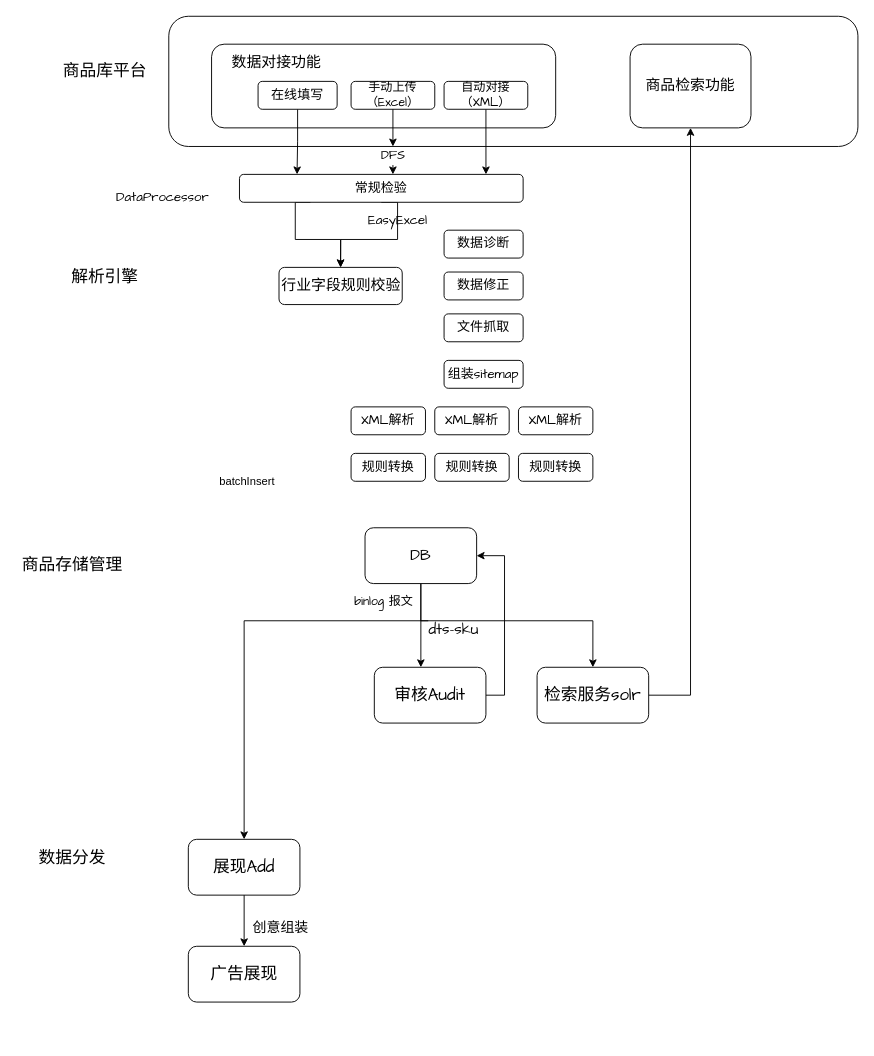
Earlier version of the draw.io diagram page "商品库流程" (5 of 5) of draw.io/dpa.drawio (Jstarfish/picBed). Source tidied: cells renumbered, new cells numbered last; positions are measured from the earlier drawing's top-left corner, leaving out a move shared by most shapes. Both pictures are drawn from the tidied source at 93%, with x=0, y=0 at pixel (16, 16).
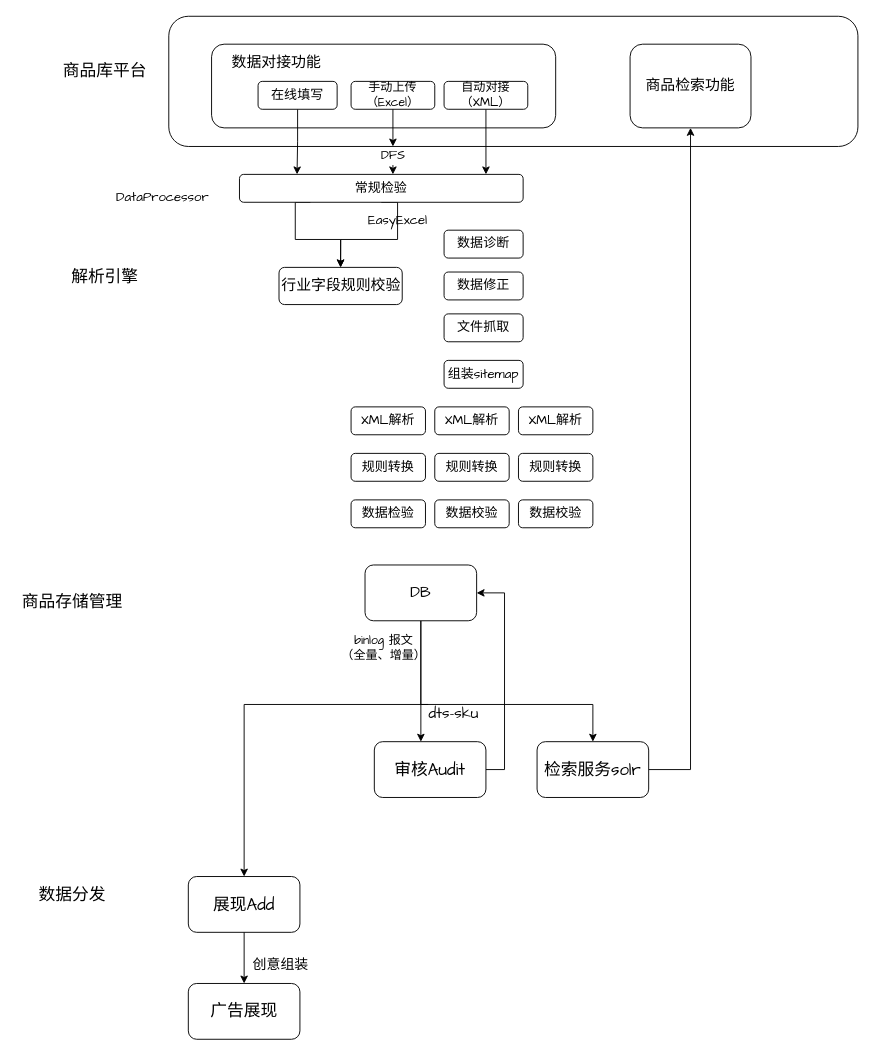
Above is the later version.

Unchanged cells that the change refers to:
```xml
<mxCell id="22" value="&lt;font face=&quot;Comic Sans MS&quot; style=&quot;font-size: 16px&quot;&gt;商品检索功能&lt;/font&gt;" style="rounded=1;whiteSpace=wrap;html=1;" parent="1" vertex="1">
  <mxGeometry x="660" y="30" width="130" height="90" as="geometry" />
</mxCell>
```

What changed in the source:
```diff
@@
     <mxCell id="7" value="&lt;font face=&quot;Comic Sans MS&quot; style=&quot;font-size: 18px&quot;&gt;商品存储管理&lt;/font&gt;" style="text;html=1;align=center;verticalAlign=middle;" parent="1" vertex="1">
-      <mxGeometry y="580" width="120" height="20" as="geometry" />
+      <mxGeometry y="620" width="120" height="20" as="geometry" />
     </mxCell>
@@
     <mxCell id="10" style="edgeStyle=orthogonalEdgeStyle;rounded=0;jettySize=auto;html=1;entryX=0.5;entryY=0;entryDx=0;entryDy=0;exitX=0.114;exitY=0;exitDx=0;exitDy=0;exitPerimeter=0;" parent="1" edge="1" source="42" target="14">
       <mxGeometry relative="1" as="geometry">
         <Array as="points">
-          <mxPoint x="245" y="650" />
+          <mxPoint x="245" y="740" />
         </Array>
       </mxGeometry>
     </mxCell>
     <mxCell id="11" style="edgeStyle=orthogonalEdgeStyle;rounded=0;jettySize=auto;html=1;" parent="1" edge="1" source="12" target="19">
       <mxGeometry relative="1" as="geometry">
         <Array as="points">
-          <mxPoint x="435" y="650" />
+          <mxPoint x="435" y="740" />
+          <mxPoint x="620" y="740" />
         </Array>
       </mxGeometry>
     </mxCell>
     <mxCell id="12" value="&lt;font face=&quot;Comic Sans MS&quot;&gt;&lt;span style=&quot;font-size: 16px&quot;&gt;DB&lt;/span&gt;&lt;/font&gt;" style="rounded=1;whiteSpace=wrap;html=1;" parent="1" vertex="1">
-      <mxGeometry x="375" y="550" width="120" height="60" as="geometry" />
+      <mxGeometry x="375" y="590" width="120" height="60" as="geometry" />
     </mxCell>
     <mxCell id="13" value="&lt;font face=&quot;Comic Sans MS&quot; style=&quot;font-size: 18px&quot;&gt;数据分发&lt;/font&gt;" style="text;html=1;align=center;verticalAlign=middle;" parent="1" vertex="1">
-      <mxGeometry x="15" y="895" width="90" height="20" as="geometry" />
+      <mxGeometry x="15" y="935" width="90" height="20" as="geometry" />
     </mxCell>
     <mxCell id="14" value="&lt;span style=&quot;font-family: &amp;#34;comic sans ms&amp;#34; ; font-size: 18px&quot;&gt;展现Add&lt;/span&gt;" style="rounded=1;whiteSpace=wrap;html=1;" parent="1" vertex="1">
-      <mxGeometry x="185" y="885" width="120" height="60" as="geometry" />
+      <mxGeometry x="185" y="925" width="120" height="60" as="geometry" />
     </mxCell>
@@
     <mxCell id="16" value="&lt;font face=&quot;Comic Sans MS&quot;&gt;&lt;span style=&quot;font-size: 18px&quot;&gt;审核Audit&lt;/span&gt;&lt;/font&gt;" style="rounded=1;whiteSpace=wrap;html=1;" parent="1" vertex="1">
-      <mxGeometry x="385" y="700" width="120" height="60" as="geometry" />
+      <mxGeometry x="385" y="780" width="120" height="60" as="geometry" />
     </mxCell>
@@
     <mxCell id="18" style="edgeStyle=orthogonalEdgeStyle;rounded=0;jettySize=auto;html=1;exitX=1;exitY=0.5;exitDx=0;exitDy=0;entryX=0.5;entryY=1;entryDx=0;entryDy=0;" parent="1" edge="1" source="19" target="22">
       <mxGeometry relative="1" as="geometry">
         <Array as="points">
-          <mxPoint x="725" y="730" />
+          <mxPoint x="725" y="810" />
         </Array>
       </mxGeometry>
     </mxCell>
     <mxCell id="19" value="&lt;span style=&quot;font-family: &amp;#34;comic sans ms&amp;#34; ; font-size: 18px&quot;&gt;检索服务solr&lt;/span&gt;" style="rounded=1;whiteSpace=wrap;html=1;" parent="1" vertex="1">
-      <mxGeometry x="560" y="700" width="120" height="60" as="geometry" />
+      <mxGeometry x="560" y="780" width="120" height="60" as="geometry" />
     </mxCell>
     <mxCell id="20" value="&lt;font face=&quot;Comic Sans MS&quot; style=&quot;font-size: 18px&quot;&gt;广告展现&lt;/font&gt;" style="rounded=1;whiteSpace=wrap;html=1;" parent="1" vertex="1">
-      <mxGeometry x="185" y="1000" width="120" height="60" as="geometry" />
+      <mxGeometry x="185" y="1040" width="120" height="60" as="geometry" />
     </mxCell>
     <mxCell id="21" value="&lt;font style=&quot;font-size: 15px&quot; face=&quot;Comic Sans MS&quot;&gt;创意组装&lt;/font&gt;" style="text;html=1;align=center;verticalAlign=middle;" parent="1" vertex="1">
-      <mxGeometry x="244" y="970" width="80" height="20" as="geometry" />
+      <mxGeometry x="244" y="1010" width="80" height="20" as="geometry" />
     </mxCell>
@@
-    <mxCell id="30" value="batchInsert" style="text;html=1;align=center;verticalAlign=middle;" parent="1" vertex="1">
-      <mxGeometry x="212.5" y="490" width="70" height="20" as="geometry" />
-    </mxCell>
@@
     <mxCell id="42" value="&lt;font face=&quot;Comic Sans MS&quot; style=&quot;font-size: 16px&quot;&gt;dts-sku&lt;/font&gt;" style="text;html=1;align=center;verticalAlign=middle;points=[];" parent="1" vertex="1">
-      <mxGeometry x="435" y="650" width="70" height="20" as="geometry" />
+      <mxGeometry x="435" y="740" width="70" height="20" as="geometry" />
     </mxCell>
-    <mxCell id="43" value="&lt;font face=&quot;Comic Sans MS&quot; style=&quot;font-size: 13px&quot;&gt;binlog 报文&lt;/font&gt;" style="text;html=1;align=center;verticalAlign=middle;" parent="1" vertex="1">
-      <mxGeometry x="355" y="620" width="80" height="20" as="geometry" />
+    <mxCell id="43" value="&lt;font face=&quot;Comic Sans MS&quot; style=&quot;font-size: 13px&quot;&gt;binlog 报文&lt;br&gt;（全量、增量）&lt;br&gt;&lt;/font&gt;" style="text;html=1;align=center;verticalAlign=middle;" parent="1" vertex="1">
+      <mxGeometry x="340" y="660" width="110" height="40" as="geometry" />
     </mxCell>
@@
+    <mxCell id="49" value="&lt;font face=&quot;Comic Sans MS&quot;&gt;&lt;span style=&quot;font-size: 14px&quot;&gt;数据检验&lt;/span&gt;&lt;/font&gt;" style="rounded=1;whiteSpace=wrap;html=1;" parent="1" vertex="1">
+      <mxGeometry x="360" y="520" width="80" height="30" as="geometry" />
+    </mxCell>
+    <mxCell id="50" value="&lt;font face=&quot;Comic Sans MS&quot;&gt;&lt;span style=&quot;font-size: 14px&quot;&gt;数据校验&lt;/span&gt;&lt;/font&gt;" style="rounded=1;whiteSpace=wrap;html=1;" parent="1" vertex="1">
+      <mxGeometry x="450" y="520" width="80" height="30" as="geometry" />
+    </mxCell>
+    <mxCell id="51" value="&lt;font face=&quot;Comic Sans MS&quot;&gt;&lt;span style=&quot;font-size: 14px&quot;&gt;数据校验&lt;/span&gt;&lt;/font&gt;" style="rounded=1;whiteSpace=wrap;html=1;" parent="1" vertex="1">
+      <mxGeometry x="540" y="520" width="80" height="30" as="geometry" />
+    </mxCell>
```
